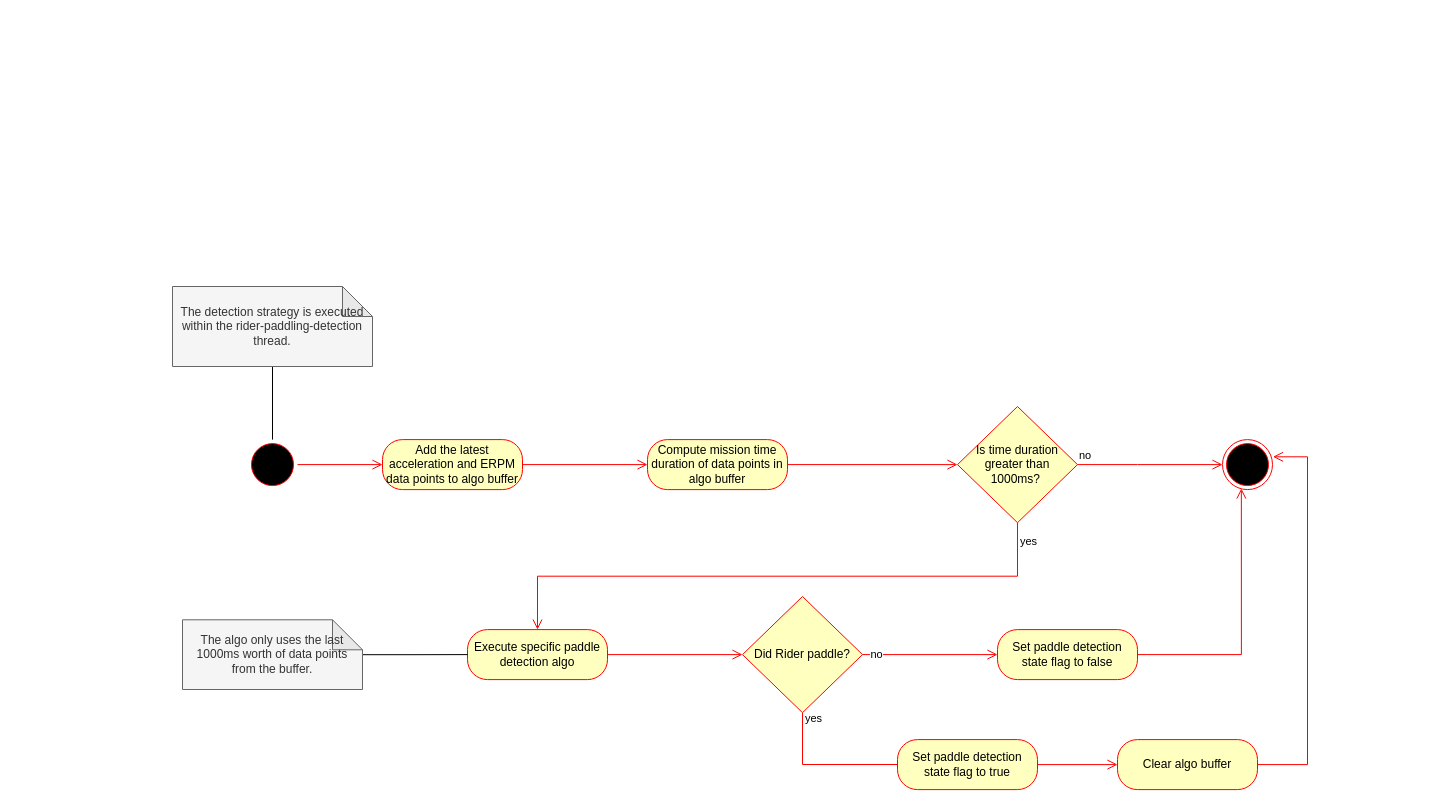
This is diagrams/Paddling Detection Strategy Activity Diagram.drawio from bobacktech/bionic-boarder, a draw.io file, before an edit. Source tidied: cells renumbered, new cells numbered last; positions are measured from the earlier drawing's top-left corner, leaving out a move shared by most shapes. Both pictures are drawn from the tidied source at 100%, with x=0, y=0 at pixel (172, 286).
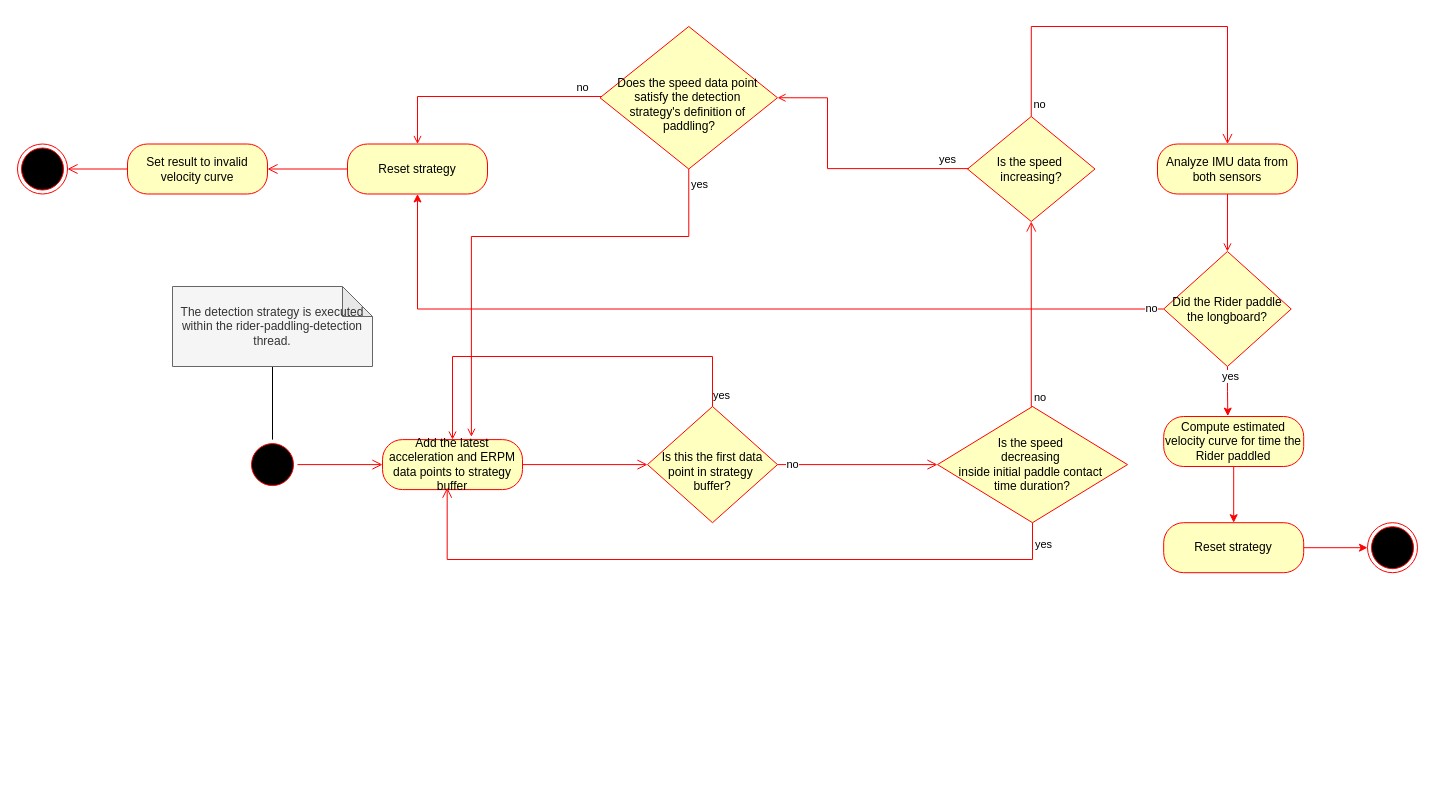
After the change.

Commit message:
BB-69: Added an initial draft of the detection activity diagram.

Diff of the diagram source:
```diff
@@
-    <mxCell id="3" style="ellipse;html=1;shape=endState;fillColor=#000000;strokeColor=#ff0000;" parent="1" vertex="1">
-      <mxGeometry x="1050" y="153.1" width="50" height="50" as="geometry" />
-    </mxCell>
-    <mxCell id="4" value="&lt;font style=&quot;color: rgb(0, 0, 0);&quot;&gt;Add the latest acceleration and ERPM data points to algo buffer&lt;/font&gt;" style="rounded=1;whiteSpace=wrap;html=1;arcSize=40;fontColor=#000000;fillColor=#ffffc0;strokeColor=#ff0000;labelBackgroundColor=none;" parent="1" vertex="1">
+    <mxCell id="4" value="&lt;font style=&quot;color: rgb(0, 0, 0);&quot;&gt;Add the latest acceleration and ERPM data points to strategy buffer&lt;/font&gt;" style="rounded=1;whiteSpace=wrap;html=1;arcSize=40;fontColor=#000000;fillColor=#ffffc0;strokeColor=#ff0000;labelBackgroundColor=none;" parent="1" vertex="1">
       <mxGeometry x="210" y="153.1" width="140" height="50" as="geometry" />
     </mxCell>
-    <mxCell id="5" value="&lt;font style=&quot;color: rgb(0, 0, 0);&quot;&gt;Compute mission time duration of data points in algo buffer&lt;/font&gt;" style="rounded=1;whiteSpace=wrap;html=1;arcSize=40;fontColor=#000000;fillColor=#ffffc0;strokeColor=#ff0000;labelBackgroundColor=none;" parent="1" vertex="1">
-      <mxGeometry x="475" y="153.1" width="140" height="50" as="geometry" />
-    </mxCell>
-    <mxCell id="6" value="&lt;font color=&quot;#000000&quot;&gt;Is time duration greater than 1000ms?&amp;nbsp;&lt;/font&gt;" style="rhombus;whiteSpace=wrap;html=1;fontColor=#000000;fillColor=#ffffc0;strokeColor=#ff0000;labelBackgroundColor=none;" parent="1" vertex="1">
-      <mxGeometry x="785" y="120" width="120" height="116.2" as="geometry" />
+    <mxCell id="6" value="&lt;font color=&quot;#000000&quot;&gt;Is the speed&amp;nbsp;&lt;/font&gt;&lt;div&gt;&lt;font color=&quot;#000000&quot;&gt;decreasing&amp;nbsp;&lt;/font&gt;&lt;div&gt;&lt;font color=&quot;#000000&quot;&gt;inside&amp;nbsp;&lt;/font&gt;&lt;font style=&quot;background-color: transparent;&quot; color=&quot;#000000&quot;&gt;initial paddle&amp;nbsp;&lt;/font&gt;&lt;span style=&quot;background-color: transparent; color: rgb(0, 0, 0);&quot;&gt;contact&amp;nbsp;&lt;/span&gt;&lt;div&gt;&lt;font color=&quot;#000000&quot;&gt;time duration?&lt;/font&gt;&lt;/div&gt;&lt;/div&gt;&lt;/div&gt;" style="rhombus;whiteSpace=wrap;html=1;fontColor=#000000;fillColor=#ffffc0;strokeColor=#ff0000;labelBackgroundColor=none;" parent="1" vertex="1">
+      <mxGeometry x="765" y="120" width="190" height="116.2" as="geometry" />
     </mxCell>
-    <mxCell id="7" value="no" style="edgeStyle=orthogonalEdgeStyle;html=1;align=left;verticalAlign=bottom;endArrow=open;endSize=8;strokeColor=#ff0000;rounded=0;exitX=1;exitY=0.5;exitDx=0;exitDy=0;entryX=0;entryY=0.5;entryDx=0;entryDy=0;" parent="1" edge="1" source="6" target="3">
+    <mxCell id="7" value="no" style="edgeStyle=orthogonalEdgeStyle;html=1;align=left;verticalAlign=bottom;endArrow=open;endSize=8;strokeColor=#ff0000;rounded=0;exitX=0.5;exitY=0;exitDx=0;exitDy=0;entryX=0.5;entryY=1;entryDx=0;entryDy=0;" parent="1" edge="1" source="6" target="37">
       <mxGeometry x="-1" relative="1" as="geometry">
         <Array as="points">
-          <mxPoint x="965" y="178.1" />
-          <mxPoint x="965" y="178.1" />
+          <mxPoint x="859" y="120" />
         </Array>
       </mxGeometry>
     </mxCell>
@@
-    <mxCell id="9" style="edgeStyle=orthogonalEdgeStyle;html=1;verticalAlign=bottom;endArrow=open;endSize=8;strokeColor=#ff0000;rounded=0;entryX=0;entryY=0.5;entryDx=0;entryDy=0;exitX=1;exitY=0.5;exitDx=0;exitDy=0;" parent="1" edge="1" source="4" target="5">
+    <mxCell id="9" style="edgeStyle=orthogonalEdgeStyle;html=1;verticalAlign=bottom;endArrow=open;endSize=8;strokeColor=#ff0000;rounded=0;entryX=0;entryY=0.5;entryDx=0;entryDy=0;exitX=1;exitY=0.5;exitDx=0;exitDy=0;" parent="1" edge="1" source="4" target="30">
       <mxGeometry relative="1" as="geometry" />
     </mxCell>
-    <mxCell id="10" style="edgeStyle=orthogonalEdgeStyle;html=1;verticalAlign=bottom;endArrow=open;endSize=8;strokeColor=#ff0000;rounded=0;exitX=1;exitY=0.5;exitDx=0;exitDy=0;entryX=0;entryY=0.5;entryDx=0;entryDy=0;" parent="1" edge="1" source="5" target="6">
-      <mxGeometry relative="1" as="geometry" />
-    </mxCell>
@@
-    <mxCell id="13" style="edgeStyle=orthogonalEdgeStyle;html=1;verticalAlign=bottom;endArrow=open;endSize=8;strokeColor=#ff0000;rounded=0;exitX=0.5;exitY=1;exitDx=0;exitDy=0;entryX=0.5;entryY=0;entryDx=0;entryDy=0;" parent="1" edge="1" source="6" target="15">
-      <mxGeometry relative="1" as="geometry" />
+    <mxCell id="13" style="edgeStyle=orthogonalEdgeStyle;html=1;verticalAlign=bottom;endArrow=open;endSize=8;strokeColor=#ff0000;rounded=0;exitX=0.5;exitY=1;exitDx=0;exitDy=0;entryX=0.462;entryY=0.961;entryDx=0;entryDy=0;entryPerimeter=0;" parent="1" edge="1" source="6" target="4">
+      <mxGeometry relative="1" as="geometry">
+        <Array as="points">
+          <mxPoint x="860" y="273" />
+          <mxPoint x="275" y="273" />
+        </Array>
+      </mxGeometry>
     </mxCell>
@@
-    <mxCell id="15" value="&lt;font style=&quot;color: rgb(0, 0, 0);&quot;&gt;Execute specific paddle detection algo&lt;/font&gt;" style="rounded=1;whiteSpace=wrap;html=1;arcSize=40;fontColor=#000000;fillColor=#ffffc0;strokeColor=#ff0000;labelBackgroundColor=none;" parent="1" vertex="1">
-      <mxGeometry x="295" y="343.1" width="140" height="50" as="geometry" />
-    </mxCell>
-    <mxCell id="16" value="&lt;font color=&quot;#000000&quot;&gt;Did Rider paddle?&lt;/font&gt;" style="rhombus;whiteSpace=wrap;html=1;fontColor=#000000;fillColor=#ffffc0;strokeColor=#ff0000;labelBackgroundColor=none;" parent="1" vertex="1">
-      <mxGeometry x="570" y="310" width="120" height="116.2" as="geometry" />
-    </mxCell>
-    <mxCell id="17" style="edgeStyle=orthogonalEdgeStyle;html=1;verticalAlign=bottom;endArrow=open;strokeColor=#ff0000;rounded=0;exitX=0.5;exitY=1;exitDx=0;exitDy=0;entryX=0.071;entryY=0.6;entryDx=0;entryDy=0;entryPerimeter=0;" parent="1" edge="1" source="16" target="22">
-      <mxGeometry relative="1" as="geometry">
-        <Array as="points">
-          <mxPoint x="630" y="478" />
-          <mxPoint x="735" y="478" />
-        </Array>
-      </mxGeometry>
-    </mxCell>
-    <mxCell id="18" value="yes" style="edgeLabel;html=1;align=center;verticalAlign=middle;" parent="17" vertex="1">
-      <mxGeometry x="-0.94" y="1" relative="1" as="geometry">
-        <mxPoint x="9" as="offset" />
-      </mxGeometry>
-    </mxCell>
-    <mxCell id="19" style="edgeStyle=orthogonalEdgeStyle;html=1;verticalAlign=bottom;endArrow=open;endSize=8;strokeColor=#ff0000;rounded=0;exitX=1;exitY=0.5;exitDx=0;exitDy=0;entryX=0;entryY=0.5;entryDx=0;entryDy=0;" parent="1" edge="1" source="16" target="28">
-      <mxGeometry relative="1" as="geometry" />
-    </mxCell>
-    <mxCell id="20" value="no" style="edgeLabel;html=1;align=center;verticalAlign=middle;" parent="19" vertex="1">
-      <mxGeometry x="-0.94" y="1" relative="1" as="geometry">
-        <mxPoint x="9" as="offset" />
-      </mxGeometry>
-    </mxCell>
-    <mxCell id="21" style="edgeStyle=orthogonalEdgeStyle;html=1;verticalAlign=bottom;endArrow=open;endSize=8;strokeColor=#ff0000;rounded=0;entryX=0;entryY=0.5;entryDx=0;entryDy=0;exitX=1;exitY=0.5;exitDx=0;exitDy=0;" parent="1" edge="1" source="15" target="16">
-      <mxGeometry relative="1" as="geometry" />
-    </mxCell>
-    <mxCell id="22" value="&lt;font style=&quot;color: rgb(0, 0, 0);&quot;&gt;Set paddle detection state flag to true&lt;/font&gt;" style="rounded=1;whiteSpace=wrap;html=1;arcSize=40;fontColor=#000000;fillColor=#ffffc0;strokeColor=#ff0000;labelBackgroundColor=none;" parent="1" vertex="1">
-      <mxGeometry x="725" y="453.1" width="140" height="50" as="geometry" />
-    </mxCell>
-    <mxCell id="23" value="&lt;font style=&quot;color: rgb(0, 0, 0);&quot;&gt;Clear algo buffer&lt;/font&gt;" style="rounded=1;whiteSpace=wrap;html=1;arcSize=40;fontColor=#000000;fillColor=#ffffc0;strokeColor=#ff0000;labelBackgroundColor=none;" parent="1" vertex="1">
-      <mxGeometry x="945" y="453.1" width="140" height="50" as="geometry" />
-    </mxCell>
-    <mxCell id="24" style="edgeStyle=orthogonalEdgeStyle;html=1;verticalAlign=bottom;endArrow=open;endSize=8;strokeColor=#ff0000;rounded=0;exitX=1;exitY=0.5;exitDx=0;exitDy=0;entryX=0;entryY=0.5;entryDx=0;entryDy=0;" parent="1" edge="1" source="22" target="23">
-      <mxGeometry relative="1" as="geometry" />
-    </mxCell>
-    <mxCell id="25" style="edgeStyle=orthogonalEdgeStyle;html=1;verticalAlign=bottom;endArrow=open;endSize=8;strokeColor=#ff0000;rounded=0;exitX=1;exitY=0.5;exitDx=0;exitDy=0;entryX=1.01;entryY=0.344;entryDx=0;entryDy=0;entryPerimeter=0;" parent="1" edge="1" source="23" target="3">
-      <mxGeometry relative="1" as="geometry">
-        <Array as="points">
-          <mxPoint x="1135" y="478" />
-          <mxPoint x="1135" y="170" />
-        </Array>
-      </mxGeometry>
-    </mxCell>
-    <mxCell id="26" style="edgeStyle=orthogonalEdgeStyle;rounded=0;jettySize=auto;html=1;entryX=0;entryY=0.5;entryDx=0;entryDy=0;endArrow=none;startFill=0;" parent="1" edge="1" source="27" target="15">
-      <mxGeometry relative="1" as="geometry" />
-    </mxCell>
-    <mxCell id="27" value="The algo only uses the last 1000ms worth of data points from the buffer." style="shape=note;whiteSpace=wrap;html=1;backgroundOutline=1;darkOpacity=0.05;fillColor=#f5f5f5;strokeColor=#666666;fontColor=#333333;" parent="1" vertex="1">
-      <mxGeometry x="10" y="333.3" width="180" height="69.7" as="geometry" />
-    </mxCell>
-    <mxCell id="28" value="&lt;font style=&quot;color: rgb(0, 0, 0);&quot;&gt;Set paddle detection state flag to false&lt;/font&gt;" style="rounded=1;whiteSpace=wrap;html=1;arcSize=40;fontColor=#000000;fillColor=#ffffc0;strokeColor=#ff0000;labelBackgroundColor=none;" parent="1" vertex="1">
-      <mxGeometry x="825" y="343.1" width="140" height="50" as="geometry" />
-    </mxCell>
-    <mxCell id="29" style="edgeStyle=orthogonalEdgeStyle;html=1;verticalAlign=bottom;endArrow=open;endSize=8;strokeColor=#ff0000;rounded=0;exitX=1;exitY=0.5;exitDx=0;exitDy=0;entryX=0.377;entryY=0.978;entryDx=0;entryDy=0;entryPerimeter=0;" parent="1" edge="1" source="28" target="3">
-      <mxGeometry relative="1" as="geometry" />
-    </mxCell>
+    <mxCell id="30" value="&lt;div&gt;&lt;font color=&quot;#000000&quot;&gt;&lt;br&gt;&lt;/font&gt;&lt;/div&gt;&lt;font color=&quot;#000000&quot;&gt;Is this the first data point in strategy&amp;nbsp;&lt;/font&gt;&lt;div&gt;&lt;font color=&quot;#000000&quot;&gt;buffer?&lt;/font&gt;&lt;/div&gt;" style="rhombus;whiteSpace=wrap;html=1;fontColor=#000000;fillColor=#ffffc0;strokeColor=#ff0000;labelBackgroundColor=none;" parent="1" vertex="1">
+      <mxGeometry x="475" y="120" width="130" height="116.2" as="geometry" />
+    </mxCell>
+    <mxCell id="31" style="edgeStyle=orthogonalEdgeStyle;html=1;verticalAlign=bottom;endArrow=open;endSize=8;strokeColor=#ff0000;rounded=0;" parent="1" edge="1" source="30" target="6">
+      <mxGeometry relative="1" as="geometry" />
+    </mxCell>
+    <mxCell id="32" value="no" style="edgeLabel;html=1;align=center;verticalAlign=middle;" parent="31" vertex="1">
+      <mxGeometry x="-0.94" y="1" relative="1" as="geometry">
+        <mxPoint x="9" as="offset" />
+      </mxGeometry>
+    </mxCell>
+    <mxCell id="33" style="edgeStyle=orthogonalEdgeStyle;html=1;verticalAlign=bottom;endArrow=open;strokeColor=#ff0000;rounded=0;exitX=0.5;exitY=0;exitDx=0;exitDy=0;entryX=0.5;entryY=0;entryDx=0;entryDy=0;" parent="1" edge="1" source="30" target="4">
+      <mxGeometry relative="1" as="geometry">
+        <Array as="points">
+          <mxPoint x="540" y="70" />
+          <mxPoint x="280" y="70" />
+        </Array>
+      </mxGeometry>
+    </mxCell>
+    <mxCell id="34" value="yes" style="edgeLabel;html=1;align=center;verticalAlign=middle;" parent="33" vertex="1">
+      <mxGeometry x="-0.94" y="1" relative="1" as="geometry">
+        <mxPoint x="9" as="offset" />
+      </mxGeometry>
+    </mxCell>
+    <mxCell id="35" style="ellipse;html=1;shape=endState;fillColor=#000000;strokeColor=#ff0000;" parent="1" vertex="1">
+      <mxGeometry x="1195" y="236.2" width="50" height="50" as="geometry" />
+    </mxCell>
+    <mxCell id="36" style="edgeStyle=orthogonalEdgeStyle;html=1;verticalAlign=bottom;endArrow=open;endSize=8;strokeColor=#ff0000;rounded=0;exitX=0;exitY=0.5;exitDx=0;exitDy=0;entryX=1;entryY=0.5;entryDx=0;entryDy=0;" parent="1" edge="1" source="55" target="50">
+      <mxGeometry relative="1" as="geometry" />
+    </mxCell>
+    <mxCell id="37" value="&lt;font color=&quot;#000000&quot;&gt;Is the speed&amp;nbsp;&lt;/font&gt;&lt;div&gt;&lt;font color=&quot;#000000&quot;&gt;increasing&lt;/font&gt;&lt;span style=&quot;background-color: transparent; color: rgb(0, 0, 0);&quot;&gt;?&lt;/span&gt;&lt;/div&gt;" style="rhombus;whiteSpace=wrap;html=1;fontColor=#000000;fillColor=#ffffc0;strokeColor=#ff0000;labelBackgroundColor=none;" parent="1" vertex="1">
+      <mxGeometry x="795" y="-170" width="127.5" height="105" as="geometry" />
+    </mxCell>
+    <mxCell id="38" style="edgeStyle=orthogonalEdgeStyle;html=1;verticalAlign=bottom;endArrow=open;strokeColor=#ff0000;rounded=0;exitX=0.039;exitY=0.476;exitDx=0;exitDy=0;exitPerimeter=0;entryX=1;entryY=0.5;entryDx=0;entryDy=0;" parent="1" edge="1" target="41">
+      <mxGeometry relative="1" as="geometry">
+        <mxPoint x="796.4" y="-117.9" as="sourcePoint" />
+        <Array as="points">
+          <mxPoint x="655" y="-118" />
+          <mxPoint x="655" y="-189" />
+        </Array>
+      </mxGeometry>
+    </mxCell>
+    <mxCell id="39" value="yes" style="edgeLabel;html=1;align=center;verticalAlign=middle;" parent="38" vertex="1">
+      <mxGeometry x="-0.94" y="1" relative="1" as="geometry">
+        <mxPoint x="-14" y="-11" as="offset" />
+      </mxGeometry>
+    </mxCell>
+    <mxCell id="40" value="&lt;font style=&quot;color: rgb(0, 0, 0);&quot;&gt;Reset strategy&lt;/font&gt;" style="rounded=1;whiteSpace=wrap;html=1;arcSize=40;fontColor=#000000;fillColor=#ffffc0;strokeColor=#ff0000;labelBackgroundColor=none;" parent="1" vertex="1">
+      <mxGeometry x="175" y="-142.5" width="140" height="50" as="geometry" />
+    </mxCell>
+    <mxCell id="41" value="&lt;div&gt;&lt;font color=&quot;#000000&quot;&gt;&lt;br&gt;&lt;/font&gt;&lt;/div&gt;&lt;font color=&quot;#000000&quot;&gt;Does the speed data point&amp;nbsp;&lt;/font&gt;&lt;div&gt;&lt;font color=&quot;#000000&quot;&gt;satisfy the detection&amp;nbsp;&lt;/font&gt;&lt;/div&gt;&lt;div&gt;&lt;font color=&quot;#000000&quot;&gt;strategy's definition of&amp;nbsp;&lt;/font&gt;&lt;/div&gt;&lt;div&gt;&lt;font color=&quot;#000000&quot;&gt;paddling?&lt;/font&gt;&lt;/div&gt;" style="rhombus;whiteSpace=wrap;html=1;fontColor=#000000;fillColor=#ffffc0;strokeColor=#ff0000;labelBackgroundColor=none;" parent="1" vertex="1">
+      <mxGeometry x="427.5" y="-260" width="177.5" height="142.5" as="geometry" />
+    </mxCell>
+    <mxCell id="42" style="edgeStyle=orthogonalEdgeStyle;html=1;verticalAlign=bottom;endArrow=open;strokeColor=#ff0000;rounded=0;exitX=0.5;exitY=1;exitDx=0;exitDy=0;entryX=0.5;entryY=0;entryDx=0;entryDy=0;" parent="1" edge="1" source="49" target="53">
+      <mxGeometry relative="1" as="geometry" />
+    </mxCell>
+    <mxCell id="43" style="edgeStyle=orthogonalEdgeStyle;html=1;verticalAlign=bottom;endArrow=open;strokeColor=#ff0000;rounded=0;entryX=0.5;entryY=0;entryDx=0;entryDy=0;" parent="1" edge="1" source="41" target="40">
+      <mxGeometry relative="1" as="geometry">
+        <Array as="points">
+          <mxPoint x="245" y="-190" />
+        </Array>
+      </mxGeometry>
+    </mxCell>
+    <mxCell id="44" value="no" style="edgeLabel;html=1;align=center;verticalAlign=middle;" parent="43" vertex="1">
+      <mxGeometry x="-0.94" y="1" relative="1" as="geometry">
+        <mxPoint x="-13" y="-11" as="offset" />
+      </mxGeometry>
+    </mxCell>
+    <mxCell id="45" style="edgeStyle=orthogonalEdgeStyle;html=1;verticalAlign=bottom;endArrow=open;strokeColor=#ff0000;rounded=0;exitX=0.5;exitY=1;exitDx=0;exitDy=0;entryX=0.635;entryY=-0.056;entryDx=0;entryDy=0;entryPerimeter=0;" parent="1" edge="1" source="41" target="4">
+      <mxGeometry relative="1" as="geometry">
+        <Array as="points">
+          <mxPoint x="516" y="-50" />
+          <mxPoint x="299" y="-50" />
+        </Array>
+      </mxGeometry>
+    </mxCell>
+    <mxCell id="46" value="yes" style="edgeLabel;html=1;align=center;verticalAlign=middle;" parent="45" vertex="1">
+      <mxGeometry x="-0.94" y="1" relative="1" as="geometry">
+        <mxPoint x="9" as="offset" />
+      </mxGeometry>
+    </mxCell>
+    <mxCell id="47" style="edgeStyle=orthogonalEdgeStyle;html=1;verticalAlign=bottom;endArrow=open;endSize=8;strokeColor=#ff0000;rounded=0;exitX=0.5;exitY=0;exitDx=0;exitDy=0;entryX=0.5;entryY=0;entryDx=0;entryDy=0;" parent="1" edge="1" source="37" target="49">
+      <mxGeometry relative="1" as="geometry">
+        <Array as="points">
+          <mxPoint x="859" y="-260" />
+          <mxPoint x="1055" y="-260" />
+        </Array>
+      </mxGeometry>
+    </mxCell>
+    <mxCell id="48" value="no" style="edgeLabel;html=1;align=center;verticalAlign=middle;" parent="47" vertex="1">
+      <mxGeometry x="-0.94" y="1" relative="1" as="geometry">
+        <mxPoint x="9" as="offset" />
+      </mxGeometry>
+    </mxCell>
+    <mxCell id="49" value="&lt;font color=&quot;#000000&quot;&gt;Analyze IMU data from&lt;/font&gt;&lt;div&gt;&lt;font color=&quot;#000000&quot;&gt;both sensors&lt;/font&gt;&lt;/div&gt;" style="rounded=1;whiteSpace=wrap;html=1;arcSize=40;fontColor=#000000;fillColor=#ffffc0;strokeColor=#ff0000;labelBackgroundColor=none;" parent="1" vertex="1">
+      <mxGeometry x="985" y="-142.5" width="140" height="50" as="geometry" />
+    </mxCell>
+    <mxCell id="50" style="ellipse;html=1;shape=endState;fillColor=#000000;strokeColor=#ff0000;" parent="1" vertex="1">
+      <mxGeometry x="-155" y="-142.5" width="50" height="50" as="geometry" />
+    </mxCell>
+    <mxCell id="51" style="edgeStyle=orthogonalEdgeStyle;rounded=0;jettySize=auto;html=1;entryX=0.5;entryY=1;entryDx=0;entryDy=0;strokeColor=#FF0000;" parent="1" edge="1" source="53" target="40">
+      <mxGeometry relative="1" as="geometry" />
+    </mxCell>
+    <mxCell id="52" value="no" style="edgeLabel;html=1;align=center;verticalAlign=middle;" parent="51" vertex="1">
+      <mxGeometry x="-0.97" y="-1" relative="1" as="geometry" />
+    </mxCell>
+    <mxCell id="53" value="&lt;font color=&quot;#000000&quot;&gt;Did the Rider paddle the longboard?&lt;/font&gt;" style="rhombus;whiteSpace=wrap;html=1;fontColor=#000000;fillColor=#ffffc0;strokeColor=#ff0000;labelBackgroundColor=none;" parent="1" vertex="1">
+      <mxGeometry x="991.2" y="-35" width="127.5" height="115" as="geometry" />
+    </mxCell>
+    <mxCell id="54" style="edgeStyle=orthogonalEdgeStyle;html=1;verticalAlign=bottom;endArrow=open;endSize=8;strokeColor=#ff0000;rounded=0;exitX=0;exitY=0.5;exitDx=0;exitDy=0;entryX=1;entryY=0.5;entryDx=0;entryDy=0;" parent="1" edge="1" source="40" target="55">
+      <mxGeometry relative="1" as="geometry" />
+    </mxCell>
+    <mxCell id="55" value="&lt;font style=&quot;color: rgb(0, 0, 0);&quot;&gt;Set result to invalid velocity curve&lt;/font&gt;" style="rounded=1;whiteSpace=wrap;html=1;arcSize=40;fontColor=#000000;fillColor=#ffffc0;strokeColor=#ff0000;labelBackgroundColor=none;" parent="1" vertex="1">
+      <mxGeometry x="-45" y="-142.5" width="140" height="50" as="geometry" />
+    </mxCell>
+    <mxCell id="56" style="edgeStyle=orthogonalEdgeStyle;rounded=0;jettySize=auto;html=1;entryX=0;entryY=0.5;entryDx=0;entryDy=0;strokeColor=#FF0000;" parent="1" edge="1" source="57" target="35">
+      <mxGeometry relative="1" as="geometry" />
+    </mxCell>
+    <mxCell id="57" value="&lt;font style=&quot;color: rgb(0, 0, 0);&quot;&gt;Reset strategy&lt;/font&gt;" style="rounded=1;whiteSpace=wrap;html=1;arcSize=40;fontColor=#000000;fillColor=#ffffc0;strokeColor=#ff0000;labelBackgroundColor=none;" parent="1" vertex="1">
+      <mxGeometry x="991.2" y="236.2" width="140" height="50" as="geometry" />
+    </mxCell>
+    <mxCell id="58" style="edgeStyle=orthogonalEdgeStyle;rounded=0;jettySize=auto;html=1;entryX=0.5;entryY=0;entryDx=0;entryDy=0;strokeColor=#FF0000;" parent="1" edge="1" source="59" target="57">
+      <mxGeometry relative="1" as="geometry" />
+    </mxCell>
+    <mxCell id="59" value="&lt;font style=&quot;color: rgb(0, 0, 0);&quot;&gt;Compute estimated velocity curve for time the Rider paddled&lt;/font&gt;" style="rounded=1;whiteSpace=wrap;html=1;arcSize=40;fontColor=#000000;fillColor=#ffffc0;strokeColor=#ff0000;labelBackgroundColor=none;" parent="1" vertex="1">
+      <mxGeometry x="991.2" y="130" width="140" height="50" as="geometry" />
+    </mxCell>
+    <mxCell id="60" style="edgeStyle=orthogonalEdgeStyle;rounded=0;jettySize=auto;html=1;entryX=0.458;entryY=-0.008;entryDx=0;entryDy=0;entryPerimeter=0;strokeColor=#FF0000;" parent="1" edge="1" source="53" target="59">
+      <mxGeometry relative="1" as="geometry" />
+    </mxCell>
+    <mxCell id="61" value="yes" style="edgeLabel;html=1;align=center;verticalAlign=middle;" parent="60" vertex="1">
+      <mxGeometry x="-0.61" y="2" relative="1" as="geometry" />
+    </mxCell>
```
